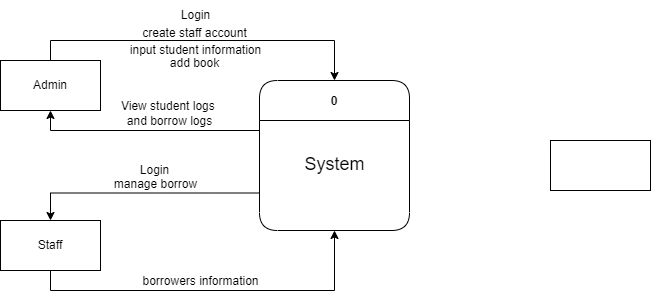
This is context.drawio.png from Jayrou12345/Flowchart, a draw.io export, as it was before one commit. Source tidied: cells renumbered, new cells last; positions are measured from the earlier drawing's top-left corner, leaving out a move shared by most shapes.
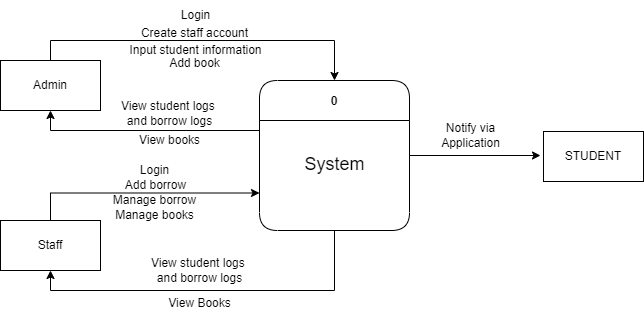
The same file after the commit.

The edit, as a diff of the source:
```diff
@@ -10,9 +10,14 @@
         </Array>
       </mxGeometry>
     </mxCell>
-    <mxCell id="3" style="edgeStyle=orthogonalEdgeStyle;rounded=0;jettySize=auto;html=1;exitX=0;exitY=0.75;exitDx=0;exitDy=0;entryX=0.5;entryY=0;entryDx=0;entryDy=0;" parent="1" edge="1" source="4" target="9">
+    <mxCell id="3" style="edgeStyle=orthogonalEdgeStyle;rounded=0;jettySize=auto;html=1;exitX=0;exitY=0.75;exitDx=0;exitDy=0;entryX=0.5;entryY=0;entryDx=0;entryDy=0;startArrow=classic;startFill=1;endArrow=none;endFill=0;" parent="1" edge="1" source="4" target="9">
       <mxGeometry relative="1" as="geometry" />
     </mxCell>
+    <mxCell id="19" style="edgeStyle=orthogonalEdgeStyle;rounded=0;jettySize=auto;html=1;exitX=1;exitY=0.5;exitDx=0;exitDy=0;" parent="1" edge="1" source="4">
+      <mxGeometry relative="1" as="geometry">
+        <mxPoint x="540" y="155" as="targetPoint" />
+      </mxGeometry>
+    </mxCell>
     <mxCell id="4" value="0" style="swimlane;rounded=1;startSize=40;" parent="1" vertex="1">
       <mxGeometry x="259" y="80" width="150" height="150" as="geometry" />
     </mxCell>
@@ -25,7 +30,7 @@
     <mxCell id="7" value="Admin" style="html=1;dashed=0;whiteSpace=wrap;" parent="1" vertex="1">
       <mxGeometry y="60" width="100" height="50" as="geometry" />
     </mxCell>
-    <mxCell id="8" style="edgeStyle=orthogonalEdgeStyle;rounded=0;jettySize=auto;html=1;entryX=0.5;entryY=1;entryDx=0;entryDy=0;" parent="1" edge="1" source="9" target="4">
+    <mxCell id="8" style="edgeStyle=orthogonalEdgeStyle;rounded=0;jettySize=auto;html=1;entryX=0.5;entryY=1;entryDx=0;entryDy=0;startArrow=classic;startFill=1;endArrow=none;endFill=0;" parent="1" edge="1" source="9" target="4">
       <mxGeometry relative="1" as="geometry">
         <Array as="points">
           <mxPoint x="50" y="290" />
@@ -36,19 +41,19 @@
     <mxCell id="9" value="Staff" style="html=1;dashed=0;whiteSpace=wrap;" parent="1" vertex="1">
       <mxGeometry y="220" width="100" height="50" as="geometry" />
     </mxCell>
-    <mxCell id="10" style="html=1;dashed=0;whiteSpace=wrap;" parent="1" vertex="1">
-      <mxGeometry x="550" y="140" width="100" height="50" as="geometry" />
+    <mxCell id="10" value="STUDENT" style="html=1;dashed=0;whiteSpace=wrap;" parent="1" vertex="1">
+      <mxGeometry x="543" y="131" width="100" height="50" as="geometry" />
     </mxCell>
-    <mxCell id="11" value="create staff account" style="text;html=1;align=center;verticalAlign=middle;strokeColor=none;fillColor=none;" parent="1" vertex="1">
+    <mxCell id="11" value="Create staff account" style="text;html=1;align=center;verticalAlign=middle;strokeColor=none;fillColor=none;" parent="1" vertex="1">
       <mxGeometry x="129" y="18" width="130" height="30" as="geometry" />
     </mxCell>
     <mxCell id="12" value="Login" style="text;html=1;align=center;verticalAlign=middle;strokeColor=none;fillColor=none;" parent="1" vertex="1">
       <mxGeometry x="170" width="50" height="30" as="geometry" />
     </mxCell>
-    <mxCell id="13" value="input student information" style="text;html=1;align=center;verticalAlign=middle;strokeColor=none;fillColor=none;" parent="1" vertex="1">
-      <mxGeometry x="120" y="35" width="150" height="30" as="geometry" />
+    <mxCell id="13" value="Input student information" style="text;html=1;align=center;verticalAlign=middle;strokeColor=none;fillColor=none;" parent="1" vertex="1">
+      <mxGeometry x="115" y="35" width="160" height="30" as="geometry" />
     </mxCell>
-    <mxCell id="14" value="add book" style="text;html=1;align=center;verticalAlign=middle;strokeColor=none;fillColor=none;" parent="1" vertex="1">
+    <mxCell id="14" value="Add book" style="text;html=1;align=center;verticalAlign=middle;strokeColor=none;fillColor=none;" parent="1" vertex="1">
       <mxGeometry x="159" y="48" width="70" height="30" as="geometry" />
     </mxCell>
     <mxCell id="15" value="View student logs&amp;nbsp;&lt;br&gt;and borrow logs" style="text;html=1;align=center;verticalAlign=middle;strokeColor=none;fillColor=none;" parent="1" vertex="1">
@@ -57,11 +62,26 @@
     <mxCell id="16" value="Login" style="text;html=1;align=center;verticalAlign=middle;strokeColor=none;fillColor=none;" parent="1" vertex="1">
       <mxGeometry x="129" y="155" width="50" height="30" as="geometry" />
     </mxCell>
-    <mxCell id="17" value="manage borrow" style="text;html=1;align=center;verticalAlign=middle;strokeColor=none;fillColor=none;" parent="1" vertex="1">
-      <mxGeometry x="100" y="169" width="110" height="30" as="geometry" />
-    </mxCell>
-    <mxCell id="18" value="borrowers information" style="text;html=1;align=center;verticalAlign=middle;strokeColor=none;fillColor=none;" parent="1" vertex="1">
-      <mxGeometry x="130" y="266" width="140" height="30" as="geometry" />
-    </mxCell>
+    <mxCell id="20" value="Add borrow" style="text;html=1;align=center;verticalAlign=middle;strokeColor=none;fillColor=none;" parent="1" vertex="1">
+      <mxGeometry x="115" y="170" width="80" height="30" as="geometry" />
+    </mxCell>
+    <mxCell id="21" value="Manage borrow" style="text;html=1;align=center;verticalAlign=middle;strokeColor=none;fillColor=none;" parent="1" vertex="1">
+      <mxGeometry x="99" y="185" width="110" height="30" as="geometry" />
+    </mxCell>
+    <mxCell id="22" value="View student logs&amp;nbsp;&lt;br&gt;and borrow logs" style="text;html=1;align=center;verticalAlign=middle;strokeColor=none;fillColor=none;" parent="1" vertex="1">
+      <mxGeometry x="139" y="250" width="120" height="40" as="geometry" />
+    </mxCell>
+    <mxCell id="23" value="Manage books" style="text;html=1;align=center;verticalAlign=middle;strokeColor=none;fillColor=none;" parent="1" vertex="1">
+      <mxGeometry x="104" y="200" width="100" height="30" as="geometry" />
+    </mxCell>
+    <mxCell id="24" value="View Books" style="text;html=1;align=center;verticalAlign=middle;strokeColor=none;fillColor=none;" parent="1" vertex="1">
+      <mxGeometry x="154" y="288" width="90" height="30" as="geometry" />
+    </mxCell>
+    <mxCell id="25" value="Notify via&lt;br&gt;Application" style="text;html=1;align=center;verticalAlign=middle;strokeColor=none;fillColor=none;" parent="1" vertex="1">
+      <mxGeometry x="430" y="115" width="80" height="40" as="geometry" />
+    </mxCell>
+    <mxCell id="26" value="View books" style="text;html=1;align=center;verticalAlign=middle;strokeColor=none;fillColor=none;" parent="1" vertex="1">
+      <mxGeometry x="129" y="125" width="80" height="30" as="geometry" />
+    </mxCell>
   </root>
 </mxGraphModel>
```
